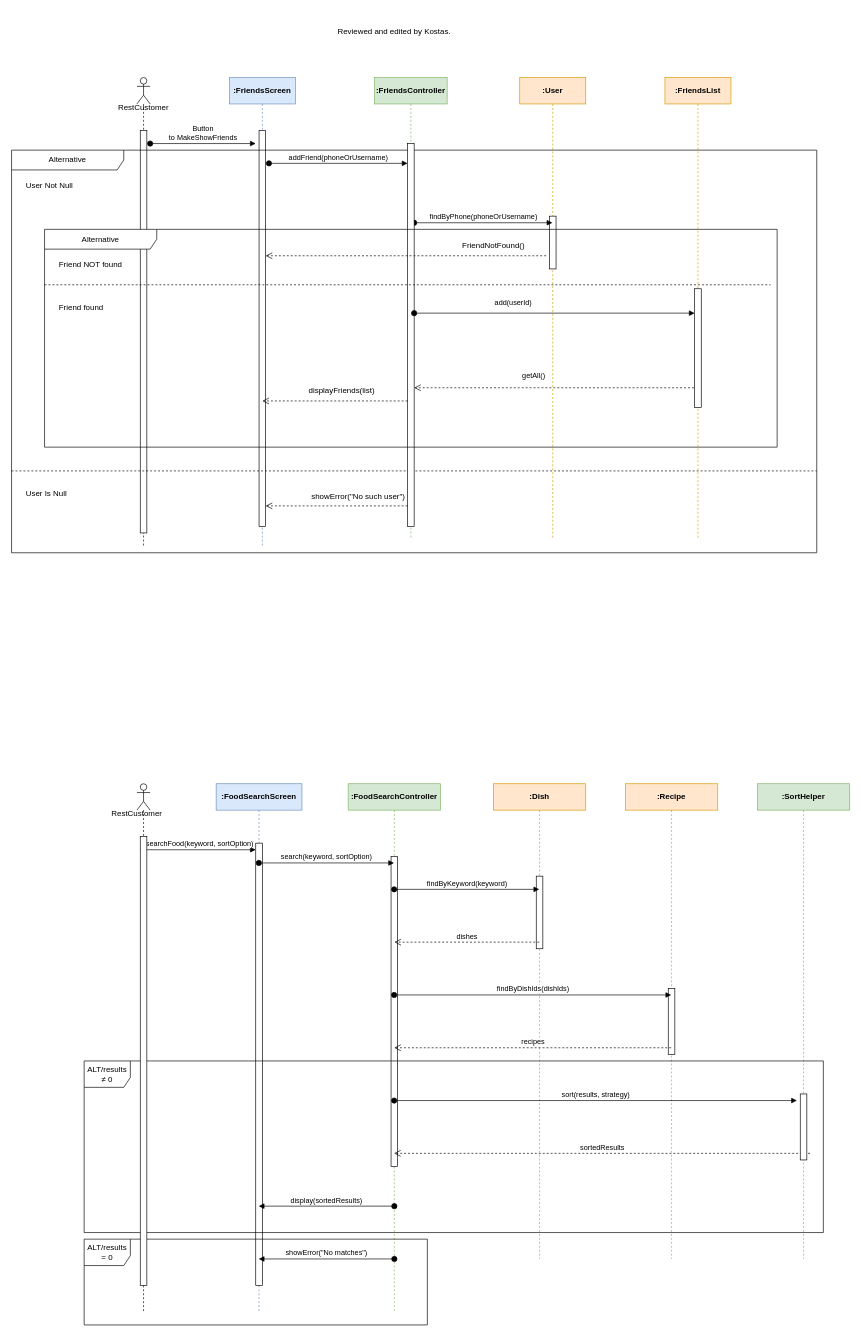
Before: Delivarable3/SequenceDiagram/Sequence_diagram_xristos.drawio in TMCEID/SoftEngFishApp, a draw.io diagram. Source tidied: cells renumbered, new cells numbered last; positions are measured from the earlier drawing's top-left corner, leaving out a move shared by most shapes. Both pictures are drawn from the tidied source at 66%, with x=0, y=0 at pixel (11, 11).
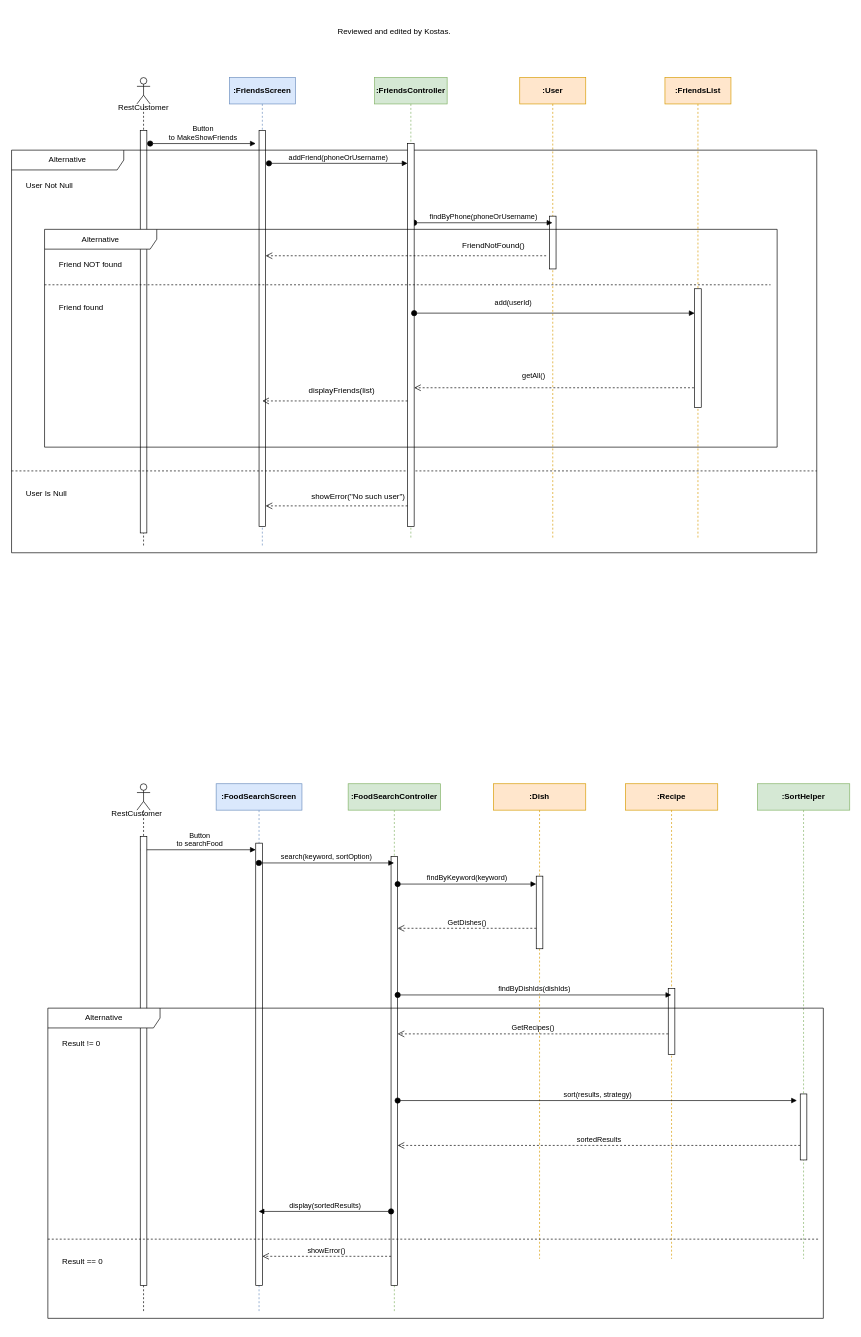
The same diagram, later.

Commit message:
Kostas : Make friends// Search Food Done

The change refers to these unchanged cells:
```xml
<mxCell id="13" value="&lt;strong&gt;:FoodSearchScreen&lt;/strong&gt;" style="shape=umlLifeline;perimeter=lifelinePerimeter;whiteSpace=wrap;html=1;outlineConnect=0;portConstraint=eastwest;newEdgeStyle={&quot;curved&quot;:0,&quot;rounded&quot;:0};fillColor=#dae8fc;strokeColor=#6c8ebf;" parent="1" vertex="1">
  <mxGeometry x="310" y="1170" width="130" height="800" as="geometry" />
</mxCell>
<mxCell id="15" value="&lt;strong&gt;:FoodSearchController&lt;/strong&gt;" style="shape=umlLifeline;perimeter=lifelinePerimeter;whiteSpace=wrap;html=1;outlineConnect=0;portConstraint=eastwest;newEdgeStyle={&quot;curved&quot;:0,&quot;rounded&quot;:0};fillColor=#d5e8d4;strokeColor=#82b366;" parent="1" vertex="1">
  <mxGeometry x="510" y="1170" width="140" height="800" as="geometry" />
</mxCell>
```

Change to the diagram source:
```diff
@@
     <mxCell id="16" style="html=1;points=[[0,0,0,0,5],[0,1,0,0,-5],[1,0,0,0,5],[1,1,0,0,-5]];perimeter=orthogonalPerimeter;outlineConnect=0;targetShapes=umlLifeline;portConstraint=eastwest;newEdgeStyle={&quot;curved&quot;:0,&quot;rounded&quot;:0};" parent="15" vertex="1">
-      <mxGeometry x="65" y="110" width="10" height="470" as="geometry" />
+      <mxGeometry x="65" y="110" width="10" height="650" as="geometry" />
     </mxCell>
@@
-    <mxCell id="19" value="searchFood(keyword, sortOption)" style="html=1;verticalAlign=bottom;startArrow=oval;startFill=1;endArrow=block;startSize=8;curved=0;rounded=0;" parent="1" edge="1">
+    <mxCell id="19" value="Button&lt;br&gt;to searchFood" style="html=1;verticalAlign=bottom;startArrow=oval;startFill=1;endArrow=block;startSize=8;curved=0;rounded=0;" parent="1" edge="1">
       <mxGeometry relative="1" as="geometry">
         <mxPoint x="200" y="1270" as="sourcePoint" />
         <mxPoint x="370" y="1270" as="targetPoint" />
       </mxGeometry>
     </mxCell>
@@
     <mxCell id="21" value="findByKeyword(keyword)" style="html=1;verticalAlign=bottom;startArrow=oval;startFill=1;endArrow=block;startSize=8;curved=0;rounded=0;" parent="1" edge="1">
       <mxGeometry relative="1" as="geometry">
-        <mxPoint x="579.7" y="1330" as="sourcePoint" />
-        <mxPoint x="799.5" y="1330" as="targetPoint" />
+        <mxPoint x="585" y="1322" as="sourcePoint" />
+        <mxPoint x="795" y="1322" as="targetPoint" />
       </mxGeometry>
     </mxCell>
-    <mxCell id="22" value="dishes" style="html=1;verticalAlign=bottom;endArrow=open;dashed=1;endSize=8;curved=0;rounded=0;" parent="1" edge="1">
+    <mxCell id="22" value="GetDishes()" style="html=1;verticalAlign=bottom;endArrow=open;dashed=1;endSize=8;curved=0;rounded=0;" parent="1" edge="1">
       <mxGeometry relative="1" as="geometry">
-        <mxPoint x="799.5" y="1410" as="sourcePoint" />
-        <mxPoint x="580" y="1410" as="targetPoint" />
+        <mxPoint x="795" y="1389" as="sourcePoint" />
+        <mxPoint x="585" y="1389" as="targetPoint" />
       </mxGeometry>
     </mxCell>
@@
-    <mxCell id="25" value="findByDishIds(dishIds)" style="html=1;verticalAlign=bottom;startArrow=oval;startFill=1;endArrow=block;startSize=8;curved=0;rounded=0;" parent="1" edge="1">
+    <mxCell id="25" value="findByDishIds(dishIds)" style="html=1;verticalAlign=bottom;startArrow=oval;startFill=1;endArrow=block;startSize=8;curved=0;rounded=0;" parent="1" edge="1" source="16">
       <mxGeometry relative="1" as="geometry">
-        <mxPoint x="579.7" y="1490" as="sourcePoint" />
         <mxPoint x="999.5" y="1490" as="targetPoint" />
       </mxGeometry>
     </mxCell>
-    <mxCell id="26" value="recipes" style="html=1;verticalAlign=bottom;endArrow=open;dashed=1;endSize=8;curved=0;rounded=0;" parent="1" edge="1">
+    <mxCell id="26" value="GetRecipes()" style="html=1;verticalAlign=bottom;endArrow=open;dashed=1;endSize=8;curved=0;rounded=0;" parent="1" edge="1">
       <mxGeometry relative="1" as="geometry">
-        <mxPoint x="999.5" y="1570" as="sourcePoint" />
-        <mxPoint x="579.7" y="1570" as="targetPoint" />
+        <mxPoint x="995" y="1549" as="sourcePoint" />
+        <mxPoint x="585" y="1549" as="targetPoint" />
       </mxGeometry>
     </mxCell>
@@
-    <mxCell id="28" value="sort(results, strategy)" style="html=1;verticalAlign=bottom;startArrow=oval;startFill=1;endArrow=block;startSize=8;curved=0;rounded=0;" parent="1" edge="1">
+    <mxCell id="28" value="sort(results, strategy)" style="html=1;verticalAlign=bottom;startArrow=oval;startFill=1;endArrow=block;startSize=8;curved=0;rounded=0;" parent="1" edge="1" source="16">
       <mxGeometry relative="1" as="geometry">
-        <mxPoint x="579.7" y="1650" as="sourcePoint" />
         <mxPoint x="1190" y="1650" as="targetPoint" />
       </mxGeometry>
     </mxCell>
-    <mxCell id="29" value="sortedResults" style="html=1;verticalAlign=bottom;endArrow=open;dashed=1;endSize=8;curved=0;rounded=0;" parent="1" edge="1" target="15">
+    <mxCell id="29" value="sortedResults" style="html=1;verticalAlign=bottom;endArrow=open;dashed=1;endSize=8;curved=0;rounded=0;" parent="1" edge="1">
       <mxGeometry relative="1" as="geometry">
-        <mxPoint x="1209.8" y="1730" as="sourcePoint" />
+        <mxPoint x="1195" y="1718" as="sourcePoint" />
+        <mxPoint x="585" y="1718" as="targetPoint" />
       </mxGeometry>
     </mxCell>
-    <mxCell id="30" value="display(sortedResults)" style="html=1;verticalAlign=bottom;startArrow=oval;startFill=1;endArrow=block;startSize=8;curved=0;rounded=0;" parent="1" edge="1" target="13">
+    <mxCell id="30" value="display(sortedResults)" style="html=1;verticalAlign=bottom;startArrow=oval;startFill=1;endArrow=block;startSize=8;curved=0;rounded=0;" parent="1" edge="1">
       <mxGeometry relative="1" as="geometry">
-        <mxPoint x="580" y="1810" as="sourcePoint" />
+        <mxPoint x="575" y="1818" as="sourcePoint" />
+        <mxPoint x="374.4" y="1818" as="targetPoint" />
       </mxGeometry>
     </mxCell>
-    <mxCell id="31" value="showError(&quot;No matches&quot;)" style="html=1;verticalAlign=bottom;startArrow=oval;startFill=1;endArrow=block;startSize=8;curved=0;rounded=0;" parent="1" edge="1" target="13">
-      <mxGeometry relative="1" as="geometry">
-        <mxPoint x="580" y="1890" as="sourcePoint" />
-      </mxGeometry>
-    </mxCell>
-    <mxCell id="32" value="ALT/results ≠ 0" style="shape=umlFrame;whiteSpace=wrap;html=1;width=70;height=40;" parent="1" vertex="1">
-      <mxGeometry x="110" y="1590" width="1120" height="260" as="geometry" />
-    </mxCell>
-    <mxCell id="33" value="ALT/results = 0" style="shape=umlFrame;whiteSpace=wrap;html=1;width=70;height=40;" parent="1" vertex="1">
-      <mxGeometry x="110" y="1860" width="520" height="130" as="geometry" />
-    </mxCell>
@@
+    <mxCell id="57" value="Alternative" style="shape=umlFrame;whiteSpace=wrap;html=1;width=170;" parent="1" vertex="1">
+      <mxGeometry x="55" y="1510" width="1175" height="470" as="geometry" />
+    </mxCell>
+    <mxCell id="58" value="Result != 0" style="text;html=1;" parent="57" vertex="1">
+      <mxGeometry width="100" height="20" relative="1" as="geometry">
+        <mxPoint x="20" y="40" as="offset" />
+      </mxGeometry>
+    </mxCell>
+    <mxCell id="59" value="Result == 0" style="line;strokeWidth=1;dashed=1;labelPosition=center;verticalLabelPosition=bottom;align=left;verticalAlign=top;spacingLeft=20;spacingTop=15;html=1;whiteSpace=wrap;" parent="57" vertex="1">
+      <mxGeometry y="345" width="1170" height="10" as="geometry" />
+    </mxCell>
+    <mxCell id="60" value="showError()" style="html=1;verticalAlign=bottom;endArrow=open;dashed=1;endSize=8;curved=0;rounded=0;" parent="1" edge="1">
+      <mxGeometry relative="1" as="geometry">
+        <mxPoint x="575" y="1886" as="sourcePoint" />
+        <mxPoint x="380" y="1886" as="targetPoint" />
+      </mxGeometry>
+    </mxCell>
```
